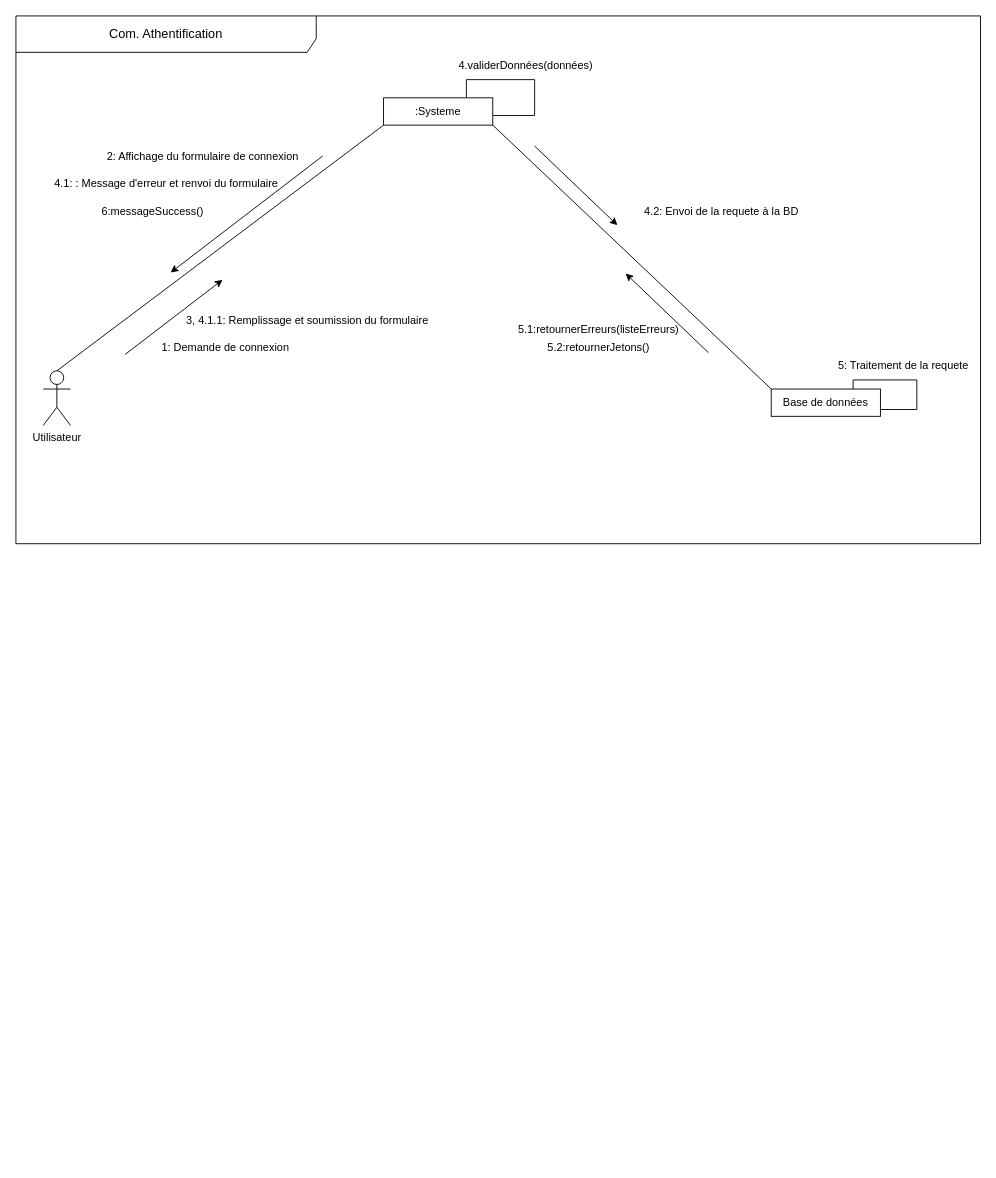
Meshavegas/Fadhyl-Store keeps this draw.io diagram as res/diagrammes de cimmunication.drawio. Above is the earlier version. Source tidied: cells renumbered, new cells numbered last; positions are measured from the earlier drawing's top-left corner, leaving out a move shared by most shapes. Both pictures are drawn from the tidied source at 91%, with x=0, y=0 at pixel (15, 15).
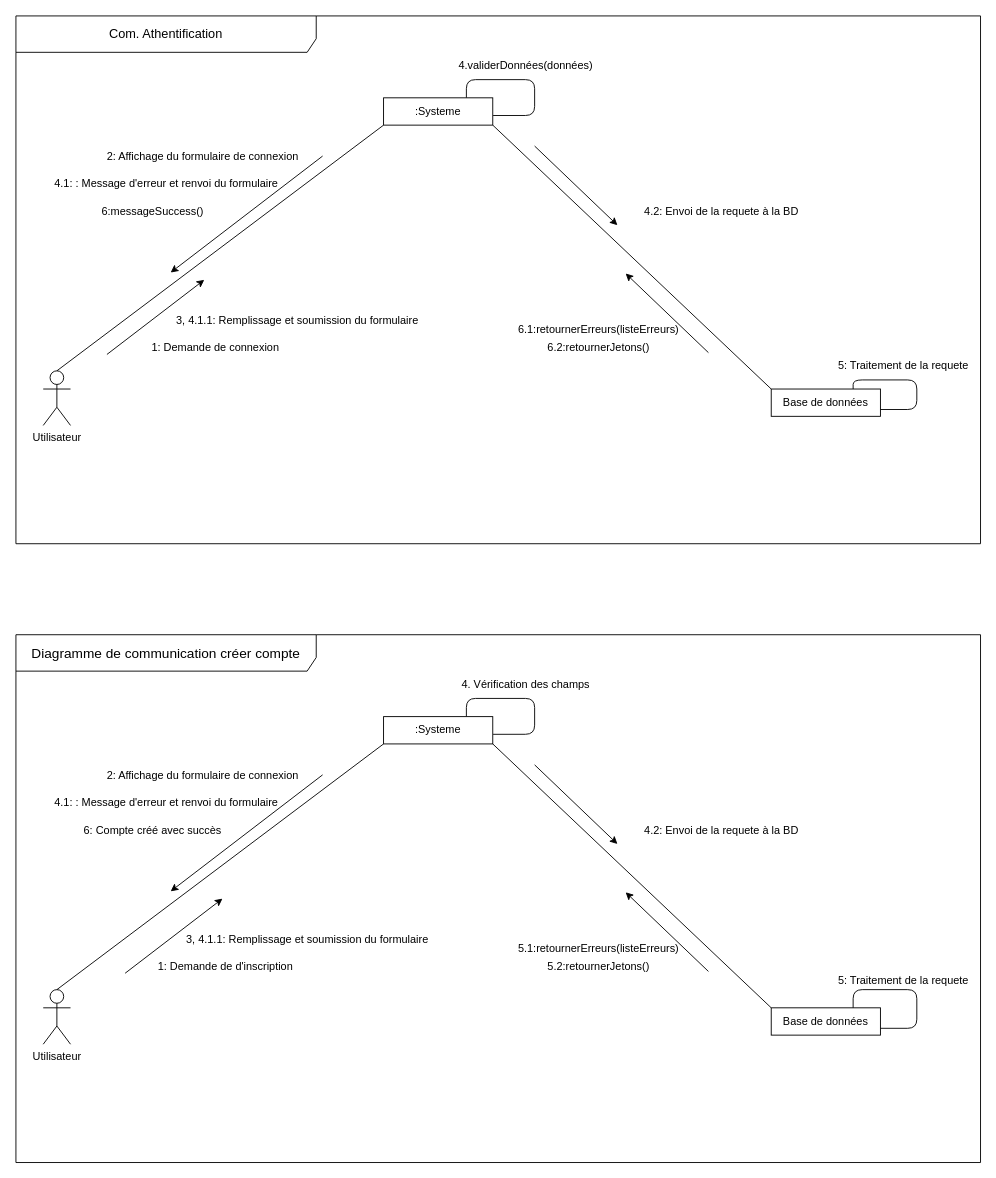
The same diagram, later.

Unchanged cells that the change refers to:
```xml
<mxCell id="7" value=":Systeme" style="rounded=0;whiteSpace=wrap;html=1;" parent="1" vertex="1">
  <mxGeometry x="404" y="90" width="120" height="30" as="geometry" />
</mxCell>
<mxCell id="8" value="Base de  données" style="rounded=0;whiteSpace=wrap;html=1;" parent="1" vertex="1">
  <mxGeometry x="830" y="410" width="120" height="30" as="geometry" />
</mxCell>
```

What changed in the source:
```diff
@@
-    <mxCell id="4" style="edgeStyle=orthogonalEdgeStyle;rounded=0;jettySize=auto;html=1;exitX=0.75;exitY=0;exitDx=0;exitDy=0;entryX=1.003;entryY=0.648;entryDx=0;entryDy=0;entryPerimeter=0;endArrow=none;endFill=0;" parent="1" edge="1" target="7">
+    <mxCell id="4" style="edgeStyle=orthogonalEdgeStyle;rounded=1;jettySize=auto;html=1;exitX=0.75;exitY=0;exitDx=0;exitDy=0;entryX=1.003;entryY=0.648;entryDx=0;entryDy=0;entryPerimeter=0;endArrow=none;endFill=0;" parent="1" edge="1" target="7">
       <mxGeometry relative="1" as="geometry">
         <mxPoint x="495" y="90" as="sourcePoint" />
         <Array as="points">
           <mxPoint x="495" y="70" />
           <mxPoint x="570" y="70" />
           <mxPoint x="570" y="109" />
         </Array>
       </mxGeometry>
     </mxCell>
@@
-    <mxCell id="9" style="edgeStyle=orthogonalEdgeStyle;rounded=0;orthogonalLoop=1;jettySize=auto;html=1;exitX=0.75;exitY=0;exitDx=0;exitDy=0;entryX=1;entryY=0.75;entryDx=0;entryDy=0;endArrow=none;endFill=0;" parent="1" edge="1" source="8" target="8">
+    <mxCell id="9" style="edgeStyle=orthogonalEdgeStyle;rounded=1;orthogonalLoop=1;jettySize=auto;html=1;exitX=0.75;exitY=0;exitDx=0;exitDy=0;entryX=1;entryY=0.75;entryDx=0;entryDy=0;endArrow=none;endFill=0;strokeColor=default;" parent="1" edge="1" source="8" target="8">
       <mxGeometry relative="1" as="geometry">
         <Array as="points">
           <mxPoint x="920" y="400" />
           <mxPoint x="990" y="400" />
           <mxPoint x="990" y="432" />
         </Array>
       </mxGeometry>
     </mxCell>
     <mxCell id="10" style="endArrow=classic;startArrow=none;html=1;rounded=0;startFill=0;" parent="1" edge="1">
       <mxGeometry relative="1" as="geometry">
-        <mxPoint x="120" y="372" as="sourcePoint" />
-        <mxPoint x="227" y="290" as="targetPoint" />
+        <mxPoint x="100" y="372" as="sourcePoint" />
+        <mxPoint x="207" y="290" as="targetPoint" />
       </mxGeometry>
     </mxCell>
     <mxCell id="11" value="1: Demande de connexion&lt;br/&gt;" style="text;html=1;align=center;verticalAlign=middle;strokeColor=none;fillColor=none;" parent="1" vertex="1">
-      <mxGeometry x="150" y="350" width="160" height="30" as="geometry" />
+      <mxGeometry x="139" y="350" width="160" height="30" as="geometry" />
     </mxCell>
@@
     <mxCell id="15" value="3, 4.1.1: Remplissage et soumission du formulaire" style="text;html=1;align=center;verticalAlign=middle;strokeColor=none;fillColor=none;" parent="1" vertex="1">
-      <mxGeometry x="175" y="320" width="290" height="30" as="geometry" />
+      <mxGeometry x="164" y="320" width="290" height="30" as="geometry" />
     </mxCell>
@@
-    <mxCell id="18" value="5.1:retournerErreurs(listeErreurs)" style="text;html=1;align=center;verticalAlign=middle;strokeColor=none;fillColor=none;" parent="1" vertex="1">
+    <mxCell id="18" value="6.1:retournerErreurs(listeErreurs)" style="text;html=1;align=center;verticalAlign=middle;strokeColor=none;fillColor=none;" parent="1" vertex="1">
       <mxGeometry x="540" y="330" width="200" height="30" as="geometry" />
     </mxCell>
@@
-    <mxCell id="22" value="5.2:retournerJetons()" style="text;html=1;align=center;verticalAlign=middle;strokeColor=none;fillColor=none;" parent="1" vertex="1">
+    <mxCell id="22" value="6.2:retournerJetons()" style="text;html=1;align=center;verticalAlign=middle;strokeColor=none;fillColor=none;" parent="1" vertex="1">
       <mxGeometry x="570" y="350" width="140" height="30" as="geometry" />
     </mxCell>
@@
+    <mxCell id="24" value="&lt;font style=&quot;font-size: 15px;&quot;&gt;Diagramme de communication créer compte&lt;br/&gt;&lt;/font&gt;" style="shape=umlFrame;whiteSpace=wrap;html=1;width=330;height=40;" parent="1" vertex="1">
+      <mxGeometry y="680" width="1060" height="580" as="geometry" />
+    </mxCell>
+    <mxCell id="25" value="Utilisateur" style="shape=umlActor;verticalLabelPosition=bottom;verticalAlign=top;html=1;outlineConnect=0;" parent="1" vertex="1">
+      <mxGeometry x="30" y="1070" width="30" height="60" as="geometry" />
+    </mxCell>
+    <mxCell id="26" style="edgeStyle=orthogonalEdgeStyle;rounded=1;jettySize=auto;html=1;exitX=0.75;exitY=0;exitDx=0;exitDy=0;entryX=1.003;entryY=0.648;entryDx=0;entryDy=0;entryPerimeter=0;endArrow=none;endFill=0;" parent="1" edge="1" target="29">
+      <mxGeometry relative="1" as="geometry">
+        <mxPoint x="495" y="770" as="sourcePoint" />
+        <Array as="points">
+          <mxPoint x="495" y="750" />
+          <mxPoint x="570" y="750" />
+          <mxPoint x="570" y="789" />
+        </Array>
+      </mxGeometry>
+    </mxCell>
+    <mxCell id="27" style="rounded=0;jettySize=auto;html=1;exitX=1;exitY=1;exitDx=0;exitDy=0;entryX=0;entryY=0;entryDx=0;entryDy=0;endArrow=none;endFill=0;" parent="1" edge="1" source="29" target="30">
+      <mxGeometry relative="1" as="geometry" />
+    </mxCell>
+    <mxCell id="28" style="rounded=0;jettySize=auto;html=1;exitX=0;exitY=1;exitDx=0;exitDy=0;entryX=0.5;entryY=0;entryDx=0;entryDy=0;entryPerimeter=0;endArrow=none;endFill=0;" parent="1" edge="1" source="29" target="25">
+      <mxGeometry relative="1" as="geometry" />
+    </mxCell>
+    <mxCell id="29" value=":Systeme" style="rounded=0;whiteSpace=wrap;html=1;" parent="1" vertex="1">
+      <mxGeometry x="404" y="770" width="120" height="30" as="geometry" />
+    </mxCell>
+    <mxCell id="30" value="Base de  données" style="rounded=0;whiteSpace=wrap;html=1;" parent="1" vertex="1">
+      <mxGeometry x="830" y="1090" width="120" height="30" as="geometry" />
+    </mxCell>
+    <mxCell id="31" style="edgeStyle=orthogonalEdgeStyle;rounded=1;orthogonalLoop=1;jettySize=auto;html=1;exitX=0.75;exitY=0;exitDx=0;exitDy=0;entryX=1;entryY=0.75;entryDx=0;entryDy=0;endArrow=none;endFill=0;" parent="1" edge="1" source="30" target="30">
+      <mxGeometry relative="1" as="geometry">
+        <Array as="points">
+          <mxPoint x="920" y="1070" />
+          <mxPoint x="990" y="1070" />
+          <mxPoint x="990" y="1113" />
+        </Array>
+      </mxGeometry>
+    </mxCell>
+    <mxCell id="32" style="endArrow=classic;startArrow=none;html=1;rounded=0;startFill=0;" parent="1" edge="1">
+      <mxGeometry relative="1" as="geometry">
+        <mxPoint x="120" y="1052" as="sourcePoint" />
+        <mxPoint x="227" y="970" as="targetPoint" />
+      </mxGeometry>
+    </mxCell>
+    <mxCell id="33" value="1: Demande de  d'inscription" style="text;html=1;align=center;verticalAlign=middle;strokeColor=none;fillColor=none;" parent="1" vertex="1">
+      <mxGeometry x="145" y="1030" width="170" height="30" as="geometry" />
+    </mxCell>
+    <mxCell id="34" value="4. Vérification des champs" style="text;html=1;align=center;verticalAlign=middle;strokeColor=none;fillColor=none;" parent="1" vertex="1">
+      <mxGeometry x="480" y="720" width="160" height="30" as="geometry" />
+    </mxCell>
+    <mxCell id="35" style="endArrow=none;startArrow=classic;html=1;rounded=0;startFill=1;endFill=0;" parent="1" edge="1">
+      <mxGeometry relative="1" as="geometry">
+        <mxPoint x="170" y="962" as="sourcePoint" />
+        <mxPoint x="337" y="834" as="targetPoint" />
+      </mxGeometry>
+    </mxCell>
+    <mxCell id="36" value="2: Affichage du formulaire de connexion" style="text;html=1;align=center;verticalAlign=middle;strokeColor=none;fillColor=none;" parent="1" vertex="1">
+      <mxGeometry x="90" y="820" width="230" height="30" as="geometry" />
+    </mxCell>
+    <mxCell id="37" value="3, 4.1.1: Remplissage et soumission du formulaire" style="text;html=1;align=center;verticalAlign=middle;strokeColor=none;fillColor=none;" parent="1" vertex="1">
+      <mxGeometry x="175" y="1000" width="290" height="30" as="geometry" />
+    </mxCell>
+    <mxCell id="38" value="5: Traitement de la requete&lt;br/&gt;" style="text;html=1;align=center;verticalAlign=middle;strokeColor=none;fillColor=none;" parent="1" vertex="1">
+      <mxGeometry x="890" y="1045" width="170" height="30" as="geometry" />
+    </mxCell>
+    <mxCell id="39" value="4.2: Envoi de la requete à la BD" style="text;html=1;align=center;verticalAlign=middle;strokeColor=none;fillColor=none;" parent="1" vertex="1">
+      <mxGeometry x="680" y="880" width="190" height="30" as="geometry" />
+    </mxCell>
+    <mxCell id="40" value="5.1:retournerErreurs(listeErreurs)" style="text;html=1;align=center;verticalAlign=middle;strokeColor=none;fillColor=none;" parent="1" vertex="1">
+      <mxGeometry x="540" y="1010" width="200" height="30" as="geometry" />
+    </mxCell>
+    <mxCell id="41" style="endArrow=none;startArrow=classic;html=1;rounded=0;startFill=1;endFill=0;" parent="1" edge="1">
+      <mxGeometry relative="1" as="geometry">
+        <mxPoint x="661" y="910" as="sourcePoint" />
+        <mxPoint x="570" y="823" as="targetPoint" />
+      </mxGeometry>
+    </mxCell>
+    <mxCell id="42" style="endArrow=classic;startArrow=none;html=1;rounded=0;startFill=0;endFill=1;" parent="1" edge="1">
+      <mxGeometry relative="1" as="geometry">
+        <mxPoint x="761" y="1050" as="sourcePoint" />
+        <mxPoint x="670" y="963" as="targetPoint" />
+      </mxGeometry>
+    </mxCell>
+    <mxCell id="43" value="4.1: : Message d'erreur et renvoi du formulaire" style="text;html=1;align=center;verticalAlign=middle;strokeColor=none;fillColor=none;" parent="1" vertex="1">
+      <mxGeometry x="30" y="850" width="270" height="30" as="geometry" />
+    </mxCell>
+    <mxCell id="44" value="5.2:retournerJetons()" style="text;html=1;align=center;verticalAlign=middle;strokeColor=none;fillColor=none;" parent="1" vertex="1">
+      <mxGeometry x="570" y="1030" width="140" height="30" as="geometry" />
+    </mxCell>
+    <mxCell id="45" value="6: Compte créé avec succès" style="text;html=1;align=center;verticalAlign=middle;strokeColor=none;fillColor=none;" parent="1" vertex="1">
+      <mxGeometry x="65" y="880" width="170" height="30" as="geometry" />
+    </mxCell>
```
